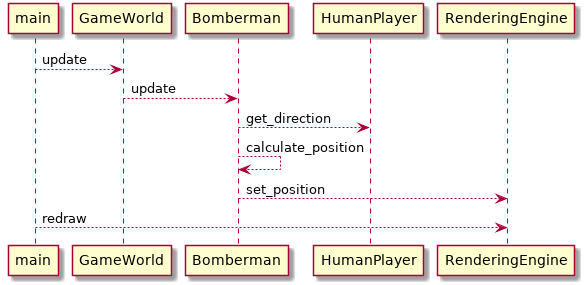
Above: docs/img/UC_1_2.png in NadzwyczajnaGrupaRobocza/bomberman (PlantUML), before the change.
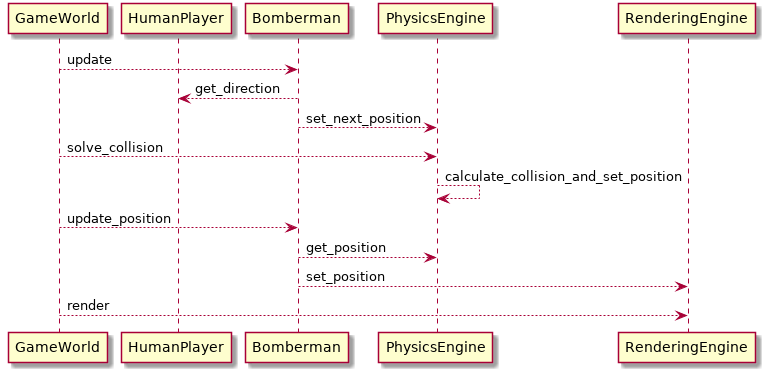
Above is the later version.

What changed in the source:
```diff
@@ -1,10 +1,22 @@
 @startuml
 
-main --> GameWorld : update
+participant GameWorld
+participant HumanPlayer
+participant Bomberman
+participant PhysicsEngine
+participant RenderingEngine
+
 GameWorld --> Bomberman : update
-HumanPlayer <-- Bomberman : get_direction
-Bomberman --> Bomberman : calculate_position
+Bomberman --> HumanPlayer : get_direction
+Bomberman --> PhysicsEngine : set_next_position
+
+GameWorld --> PhysicsEngine : solve_collision
+PhysicsEngine --> PhysicsEngine : calculate_collision_and_set_position
+
+GameWorld --> Bomberman : update_position
+Bomberman --> PhysicsEngine : get_position
 Bomberman --> RenderingEngine : set_position
-main --> RenderingEngine : redraw
+
+GameWorld --> RenderingEngine : render
 
 @enduml
```
